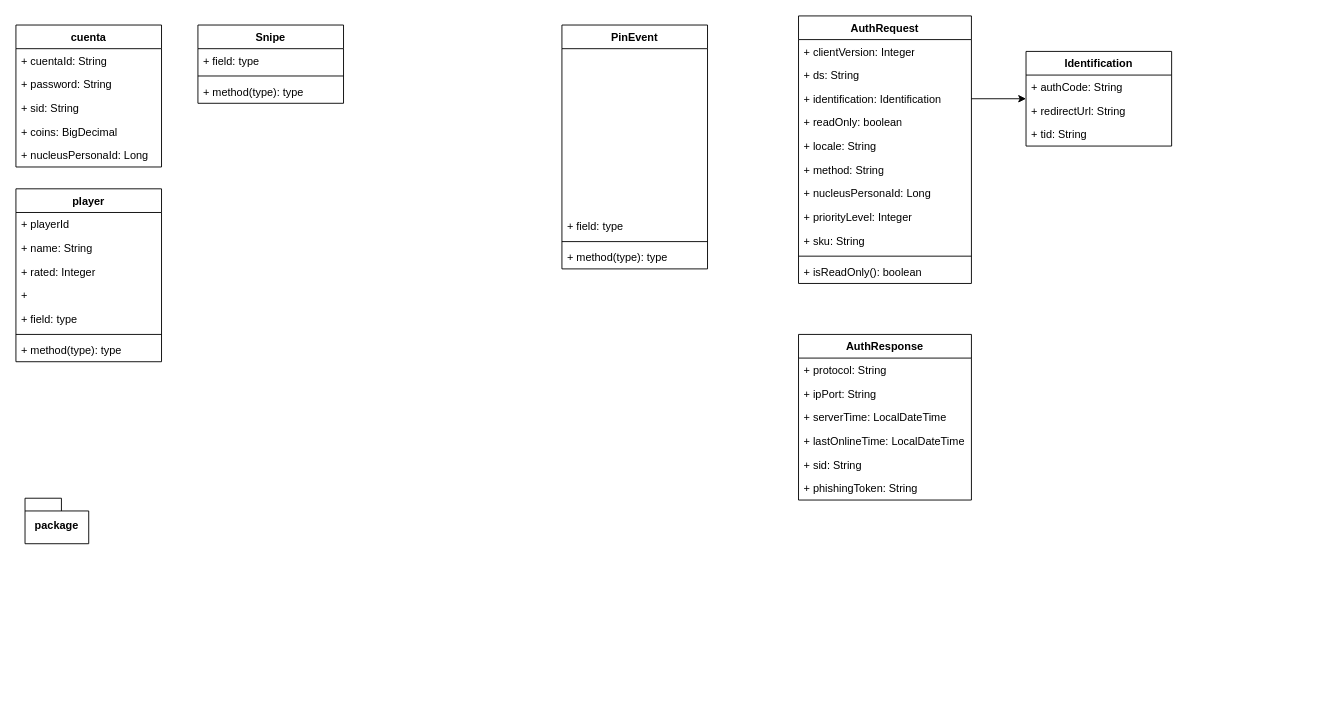
Earlier version of the draw.io diagram Api Diagram.drawio (marco181818/fifa_uml). Source tidied: cells renumbered, new cells numbered last; positions are measured from the earlier drawing's top-left corner, leaving out a move shared by most shapes. Both pictures are drawn from the tidied source at 91%, with x=0, y=0 at pixel (15, 15).
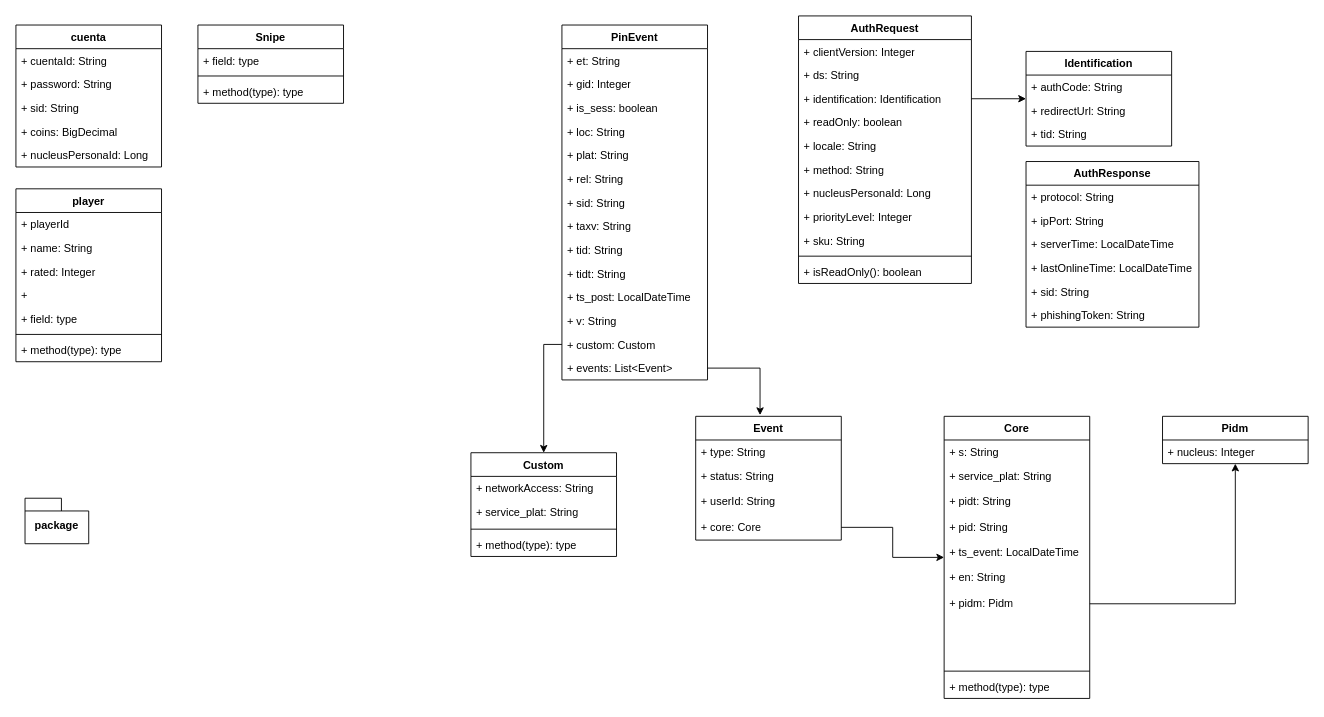
Above is the later version.

Commit message:
Add class to pinEvets

What changed in the source:
```diff
@@
     <mxCell id="38" value="AuthResponse" style="swimlane;fontStyle=1;align=center;verticalAlign=top;horizontal=1;startSize=26;whiteSpace=wrap;html=1;" parent="1" vertex="1">
-      <mxGeometry x="860" y="350" width="190" height="182" as="geometry" />
+      <mxGeometry x="1110" y="160" width="190" height="182" as="geometry" />
     </mxCell>
@@
     <mxCell id="45" value="PinEvent" style="swimlane;fontStyle=1;align=center;verticalAlign=top;horizontal=1;startSize=26;whiteSpace=wrap;html=1;" parent="1" vertex="1">
-      <mxGeometry x="600" y="10" width="160" height="268" as="geometry" />
+      <mxGeometry x="600" y="10" width="160" height="390" as="geometry" />
     </mxCell>
-    <mxCell id="46" style="text;strokeColor=none;fillColor=none;align=left;verticalAlign=top;spacingLeft=4;spacingRight=4;overflow=hidden;whiteSpace=wrap;html=1;" parent="45" vertex="1">
+    <mxCell id="46" value="+ et: String" style="text;strokeColor=none;fillColor=none;align=left;verticalAlign=top;spacingLeft=4;spacingRight=4;overflow=hidden;whiteSpace=wrap;html=1;" parent="45" vertex="1">
       <mxGeometry y="26" width="160" height="26" as="geometry" />
     </mxCell>
-    <mxCell id="47" style="text;strokeColor=none;fillColor=none;align=left;verticalAlign=top;spacingLeft=4;spacingRight=4;overflow=hidden;whiteSpace=wrap;html=1;" parent="45" vertex="1">
+    <mxCell id="47" value="+ gid: Integer" style="text;strokeColor=none;fillColor=none;align=left;verticalAlign=top;spacingLeft=4;spacingRight=4;overflow=hidden;whiteSpace=wrap;html=1;" parent="45" vertex="1">
       <mxGeometry y="52" width="160" height="26" as="geometry" />
     </mxCell>
-    <mxCell id="48" style="text;strokeColor=none;fillColor=none;align=left;verticalAlign=top;spacingLeft=4;spacingRight=4;overflow=hidden;whiteSpace=wrap;html=1;" parent="45" vertex="1">
+    <mxCell id="48" value="+ is_sess: boolean" style="text;strokeColor=none;fillColor=none;align=left;verticalAlign=top;spacingLeft=4;spacingRight=4;overflow=hidden;whiteSpace=wrap;html=1;" parent="45" vertex="1">
       <mxGeometry y="78" width="160" height="26" as="geometry" />
     </mxCell>
-    <mxCell id="49" style="text;strokeColor=none;fillColor=none;align=left;verticalAlign=top;spacingLeft=4;spacingRight=4;overflow=hidden;whiteSpace=wrap;html=1;" parent="45" vertex="1">
+    <mxCell id="49" value="+ loc: String" style="text;strokeColor=none;fillColor=none;align=left;verticalAlign=top;spacingLeft=4;spacingRight=4;overflow=hidden;whiteSpace=wrap;html=1;" parent="45" vertex="1">
       <mxGeometry y="104" width="160" height="26" as="geometry" />
     </mxCell>
-    <mxCell id="50" style="text;strokeColor=none;fillColor=none;align=left;verticalAlign=top;spacingLeft=4;spacingRight=4;overflow=hidden;whiteSpace=wrap;html=1;" parent="45" vertex="1">
+    <mxCell id="50" value="+ plat: String" style="text;strokeColor=none;fillColor=none;align=left;verticalAlign=top;spacingLeft=4;spacingRight=4;overflow=hidden;whiteSpace=wrap;html=1;" parent="45" vertex="1">
       <mxGeometry y="130" width="160" height="26" as="geometry" />
     </mxCell>
-    <mxCell id="51" style="text;strokeColor=none;fillColor=none;align=left;verticalAlign=top;spacingLeft=4;spacingRight=4;overflow=hidden;whiteSpace=wrap;html=1;" parent="45" vertex="1">
+    <mxCell id="51" value="+ rel: String" style="text;strokeColor=none;fillColor=none;align=left;verticalAlign=top;spacingLeft=4;spacingRight=4;overflow=hidden;whiteSpace=wrap;html=1;" parent="45" vertex="1">
       <mxGeometry y="156" width="160" height="26" as="geometry" />
     </mxCell>
-    <mxCell id="52" style="text;strokeColor=none;fillColor=none;align=left;verticalAlign=top;spacingLeft=4;spacingRight=4;overflow=hidden;whiteSpace=wrap;html=1;" parent="45" vertex="1">
+    <mxCell id="52" value="+ sid: String" style="text;strokeColor=none;fillColor=none;align=left;verticalAlign=top;spacingLeft=4;spacingRight=4;overflow=hidden;whiteSpace=wrap;html=1;" parent="45" vertex="1">
       <mxGeometry y="182" width="160" height="26" as="geometry" />
     </mxCell>
-    <mxCell id="53" value="+ field: type" style="text;strokeColor=none;fillColor=none;align=left;verticalAlign=top;spacingLeft=4;spacingRight=4;overflow=hidden;whiteSpace=wrap;html=1;" parent="45" vertex="1">
+    <mxCell id="53" value="+ taxv: String" style="text;strokeColor=none;fillColor=none;align=left;verticalAlign=top;spacingLeft=4;spacingRight=4;overflow=hidden;whiteSpace=wrap;html=1;" parent="45" vertex="1">
       <mxGeometry y="208" width="160" height="26" as="geometry" />
     </mxCell>
-    <mxCell id="54" style="line;strokeWidth=1;fillColor=none;align=left;verticalAlign=middle;spacingTop=-1;spacingLeft=3;spacingRight=3;labelPosition=right;strokeColor=inherit;" parent="45" vertex="1">
-      <mxGeometry y="234" width="160" height="8" as="geometry" />
-    </mxCell>
-    <mxCell id="55" value="+ method(type): type" style="text;strokeColor=none;fillColor=none;align=left;verticalAlign=top;spacingLeft=4;spacingRight=4;overflow=hidden;whiteSpace=wrap;html=1;" parent="45" vertex="1">
-      <mxGeometry y="242" width="160" height="26" as="geometry" />
-    </mxCell>
+    <mxCell id="56" value="+ tid: String" style="text;strokeColor=none;fillColor=none;align=left;verticalAlign=top;spacingLeft=4;spacingRight=4;overflow=hidden;whiteSpace=wrap;html=1;" parent="45" vertex="1">
+      <mxGeometry y="234" width="160" height="26" as="geometry" />
+    </mxCell>
+    <mxCell id="57" value="+ tidt: String" style="text;strokeColor=none;fillColor=none;align=left;verticalAlign=top;spacingLeft=4;spacingRight=4;overflow=hidden;whiteSpace=wrap;html=1;" parent="45" vertex="1">
+      <mxGeometry y="260" width="160" height="26" as="geometry" />
+    </mxCell>
+    <mxCell id="58" value="+ ts_post: LocalDateTime" style="text;strokeColor=none;fillColor=none;align=left;verticalAlign=top;spacingLeft=4;spacingRight=4;overflow=hidden;whiteSpace=wrap;html=1;" parent="45" vertex="1">
+      <mxGeometry y="286" width="160" height="26" as="geometry" />
+    </mxCell>
+    <mxCell id="59" value="+ v: String" style="text;strokeColor=none;fillColor=none;align=left;verticalAlign=top;spacingLeft=4;spacingRight=4;overflow=hidden;whiteSpace=wrap;html=1;" parent="45" vertex="1">
+      <mxGeometry y="312" width="160" height="26" as="geometry" />
+    </mxCell>
+    <mxCell id="60" value="+ custom: Custom" style="text;strokeColor=none;fillColor=none;align=left;verticalAlign=top;spacingLeft=4;spacingRight=4;overflow=hidden;points=[[0,0.5],[1,0.5]];portConstraint=eastwest;whiteSpace=wrap;html=1;" parent="45" vertex="1">
+      <mxGeometry y="338" width="160" height="26" as="geometry" />
+    </mxCell>
+    <mxCell id="61" value="+ events: List&amp;lt;Event&amp;gt;" style="text;strokeColor=none;fillColor=none;align=left;verticalAlign=top;spacingLeft=4;spacingRight=4;overflow=hidden;points=[[0,0.5],[1,0.5]];portConstraint=eastwest;whiteSpace=wrap;html=1;" parent="45" vertex="1">
+      <mxGeometry y="364" width="160" height="26" as="geometry" />
+    </mxCell>
+    <mxCell id="62" value="Custom" style="swimlane;fontStyle=1;align=center;verticalAlign=top;horizontal=1;startSize=26;whiteSpace=wrap;html=1;" parent="1" vertex="1">
+      <mxGeometry x="500" y="480" width="160" height="114" as="geometry" />
+    </mxCell>
+    <mxCell id="63" value="+ networkAccess: String" style="text;strokeColor=none;fillColor=none;align=left;verticalAlign=top;spacingLeft=4;spacingRight=4;overflow=hidden;whiteSpace=wrap;html=1;" parent="62" vertex="1">
+      <mxGeometry y="26" width="160" height="26" as="geometry" />
+    </mxCell>
+    <mxCell id="64" value="+ service_plat: String" style="text;strokeColor=none;fillColor=none;align=left;verticalAlign=top;spacingLeft=4;spacingRight=4;overflow=hidden;whiteSpace=wrap;html=1;" parent="62" vertex="1">
+      <mxGeometry y="52" width="160" height="28" as="geometry" />
+    </mxCell>
+    <mxCell id="65" style="line;strokeWidth=1;fillColor=none;align=left;verticalAlign=middle;spacingTop=-1;spacingLeft=3;spacingRight=3;labelPosition=right;strokeColor=inherit;" parent="62" vertex="1">
+      <mxGeometry y="80" width="160" height="8" as="geometry" />
+    </mxCell>
+    <mxCell id="66" value="+ method(type): type" style="text;strokeColor=none;fillColor=none;align=left;verticalAlign=top;spacingLeft=4;spacingRight=4;overflow=hidden;whiteSpace=wrap;html=1;" parent="62" vertex="1">
+      <mxGeometry y="88" width="160" height="26" as="geometry" />
+    </mxCell>
+    <mxCell id="67" style="edgeStyle=orthogonalEdgeStyle;rounded=0;jettySize=auto;html=1;" parent="1" edge="1" source="60" target="62">
+      <mxGeometry relative="1" as="geometry" />
+    </mxCell>
+    <mxCell id="68" value="Event" style="swimlane;fontStyle=1;align=center;verticalAlign=top;horizontal=1;startSize=26;whiteSpace=wrap;html=1;" parent="1" vertex="1">
+      <mxGeometry x="747" y="440" width="160" height="136" as="geometry" />
+    </mxCell>
+    <mxCell id="69" value="+ type: String" style="text;strokeColor=none;fillColor=none;align=left;verticalAlign=top;spacingLeft=4;spacingRight=4;overflow=hidden;whiteSpace=wrap;html=1;" parent="68" vertex="1">
+      <mxGeometry y="26" width="160" height="26" as="geometry" />
+    </mxCell>
+    <mxCell id="70" value="+ status: String" style="text;strokeColor=none;fillColor=none;align=left;verticalAlign=top;spacingLeft=4;spacingRight=4;overflow=hidden;whiteSpace=wrap;html=1;" parent="68" vertex="1">
+      <mxGeometry y="52" width="160" height="28" as="geometry" />
+    </mxCell>
+    <mxCell id="71" value="+ userId: String" style="text;strokeColor=none;fillColor=none;align=left;verticalAlign=top;spacingLeft=4;spacingRight=4;overflow=hidden;whiteSpace=wrap;html=1;" parent="68" vertex="1">
+      <mxGeometry y="80" width="160" height="28" as="geometry" />
+    </mxCell>
+    <mxCell id="72" value="+ core: Core" style="text;strokeColor=none;fillColor=none;align=left;verticalAlign=top;spacingLeft=4;spacingRight=4;overflow=hidden;points=[[0,0.5],[1,0.5]];portConstraint=eastwest;whiteSpace=wrap;html=1;" parent="68" vertex="1">
+      <mxGeometry y="108" width="160" height="28" as="geometry" />
+    </mxCell>
+    <mxCell id="73" value="Core" style="swimlane;fontStyle=1;align=center;verticalAlign=top;horizontal=1;startSize=26;whiteSpace=wrap;html=1;" parent="1" vertex="1">
+      <mxGeometry x="1020" y="440" width="160" height="310" as="geometry" />
+    </mxCell>
+    <mxCell id="74" value="+ s: String" style="text;strokeColor=none;fillColor=none;align=left;verticalAlign=top;spacingLeft=4;spacingRight=4;overflow=hidden;whiteSpace=wrap;html=1;" parent="73" vertex="1">
+      <mxGeometry y="26" width="160" height="26" as="geometry" />
+    </mxCell>
+    <mxCell id="75" value="+ service_plat: String" style="text;strokeColor=none;fillColor=none;align=left;verticalAlign=top;spacingLeft=4;spacingRight=4;overflow=hidden;whiteSpace=wrap;html=1;" parent="73" vertex="1">
+      <mxGeometry y="52" width="160" height="28" as="geometry" />
+    </mxCell>
+    <mxCell id="76" value="+ pidt: String" style="text;strokeColor=none;fillColor=none;align=left;verticalAlign=top;spacingLeft=4;spacingRight=4;overflow=hidden;whiteSpace=wrap;html=1;" parent="73" vertex="1">
+      <mxGeometry y="80" width="160" height="28" as="geometry" />
+    </mxCell>
+    <mxCell id="77" value="+ pid: String" style="text;strokeColor=none;fillColor=none;align=left;verticalAlign=top;spacingLeft=4;spacingRight=4;overflow=hidden;whiteSpace=wrap;html=1;" parent="73" vertex="1">
+      <mxGeometry y="108" width="160" height="28" as="geometry" />
+    </mxCell>
+    <mxCell id="78" value="+ ts_event: LocalDateTime" style="text;strokeColor=none;fillColor=none;align=left;verticalAlign=top;spacingLeft=4;spacingRight=4;overflow=hidden;whiteSpace=wrap;html=1;" parent="73" vertex="1">
+      <mxGeometry y="136" width="160" height="28" as="geometry" />
+    </mxCell>
+    <mxCell id="79" value="+ en: String" style="text;strokeColor=none;fillColor=none;align=left;verticalAlign=top;spacingLeft=4;spacingRight=4;overflow=hidden;whiteSpace=wrap;html=1;" parent="73" vertex="1">
+      <mxGeometry y="164" width="160" height="28" as="geometry" />
+    </mxCell>
+    <mxCell id="80" value="+ pidm: Pidm" style="text;strokeColor=none;fillColor=none;align=left;verticalAlign=top;spacingLeft=4;spacingRight=4;overflow=hidden;points=[[0,0.5],[1,0.5]];portConstraint=eastwest;whiteSpace=wrap;html=1;" parent="73" vertex="1">
+      <mxGeometry y="192" width="160" height="28" as="geometry" />
+    </mxCell>
+    <mxCell id="81" style="text;strokeColor=none;fillColor=none;align=left;verticalAlign=top;spacingLeft=4;spacingRight=4;overflow=hidden;whiteSpace=wrap;html=1;" parent="73" vertex="1">
+      <mxGeometry y="220" width="160" height="28" as="geometry" />
+    </mxCell>
+    <mxCell id="82" style="text;strokeColor=none;fillColor=none;align=left;verticalAlign=top;spacingLeft=4;spacingRight=4;overflow=hidden;whiteSpace=wrap;html=1;" parent="73" vertex="1">
+      <mxGeometry y="248" width="160" height="28" as="geometry" />
+    </mxCell>
+    <mxCell id="83" style="line;strokeWidth=1;fillColor=none;align=left;verticalAlign=middle;spacingTop=-1;spacingLeft=3;spacingRight=3;labelPosition=right;strokeColor=inherit;" parent="73" vertex="1">
+      <mxGeometry y="276" width="160" height="8" as="geometry" />
+    </mxCell>
+    <mxCell id="84" value="+ method(type): type" style="text;strokeColor=none;fillColor=none;align=left;verticalAlign=top;spacingLeft=4;spacingRight=4;overflow=hidden;whiteSpace=wrap;html=1;" parent="73" vertex="1">
+      <mxGeometry y="284" width="160" height="26" as="geometry" />
+    </mxCell>
+    <mxCell id="85" value="Pidm" style="swimlane;fontStyle=1;align=center;verticalAlign=top;horizontal=1;startSize=26;whiteSpace=wrap;html=1;" parent="1" vertex="1">
+      <mxGeometry x="1260" y="440" width="160" height="52" as="geometry" />
+    </mxCell>
+    <mxCell id="86" value="+ nucleus: Integer" style="text;strokeColor=none;fillColor=none;align=left;verticalAlign=top;spacingLeft=4;spacingRight=4;overflow=hidden;whiteSpace=wrap;html=1;" parent="85" vertex="1">
+      <mxGeometry y="26" width="160" height="26" as="geometry" />
+    </mxCell>
+    <mxCell id="87" style="edgeStyle=orthogonalEdgeStyle;rounded=0;jettySize=auto;html=1;" parent="1" edge="1" source="80" target="85">
+      <mxGeometry relative="1" as="geometry" />
+    </mxCell>
+    <mxCell id="88" style="edgeStyle=orthogonalEdgeStyle;rounded=0;jettySize=auto;html=1;" parent="1" edge="1" source="72" target="73">
+      <mxGeometry relative="1" as="geometry" />
+    </mxCell>
+    <mxCell id="89" style="edgeStyle=orthogonalEdgeStyle;rounded=0;jettySize=auto;html=1;entryX=0.442;entryY=-0.01;entryDx=0;entryDy=0;entryPerimeter=0;" parent="1" edge="1" source="61" target="68">
+      <mxGeometry relative="1" as="geometry" />
+    </mxCell>
```
